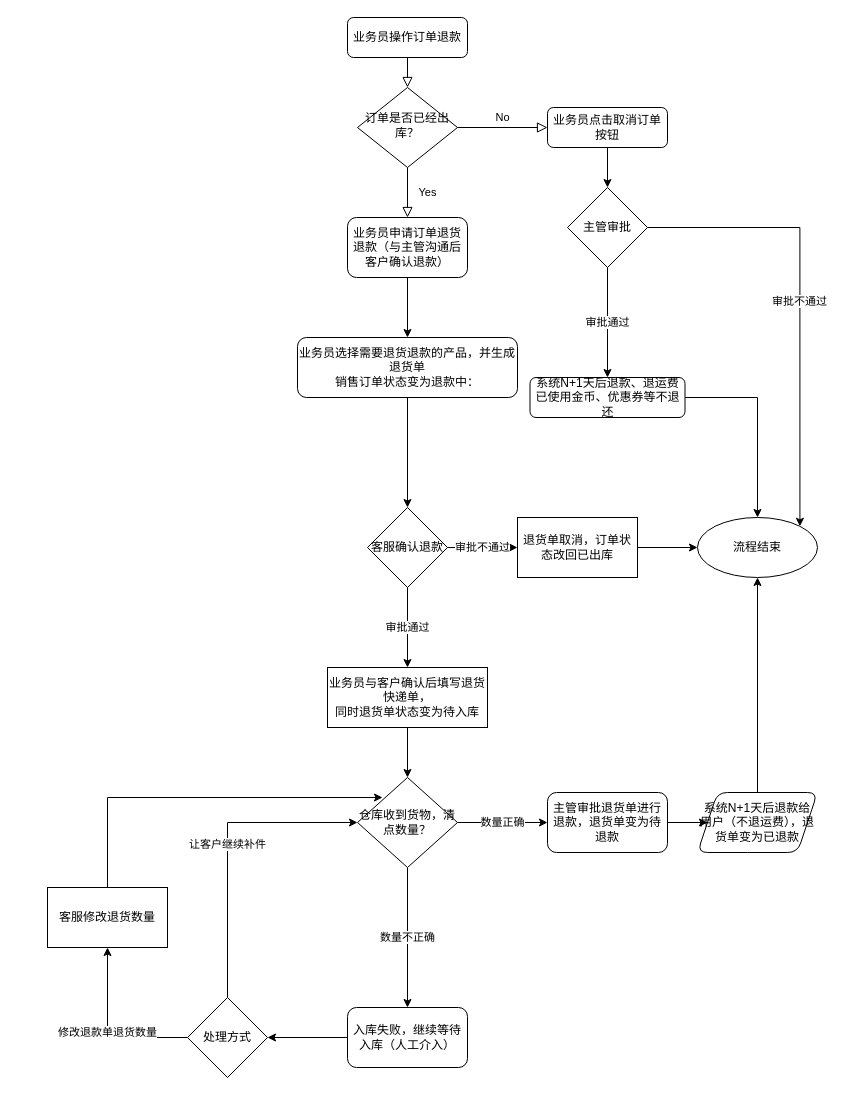
This is 圣千订单退货退款流程.drawio from canonnk/draw.io.repository, a draw.io file, before an edit. Source tidied: cells renumbered, new cells numbered last; positions are measured from the earlier drawing's top-left corner, leaving out a move shared by most shapes. Both pictures are drawn from the tidied source at 100%, with x=0, y=0 at pixel (47, 17).
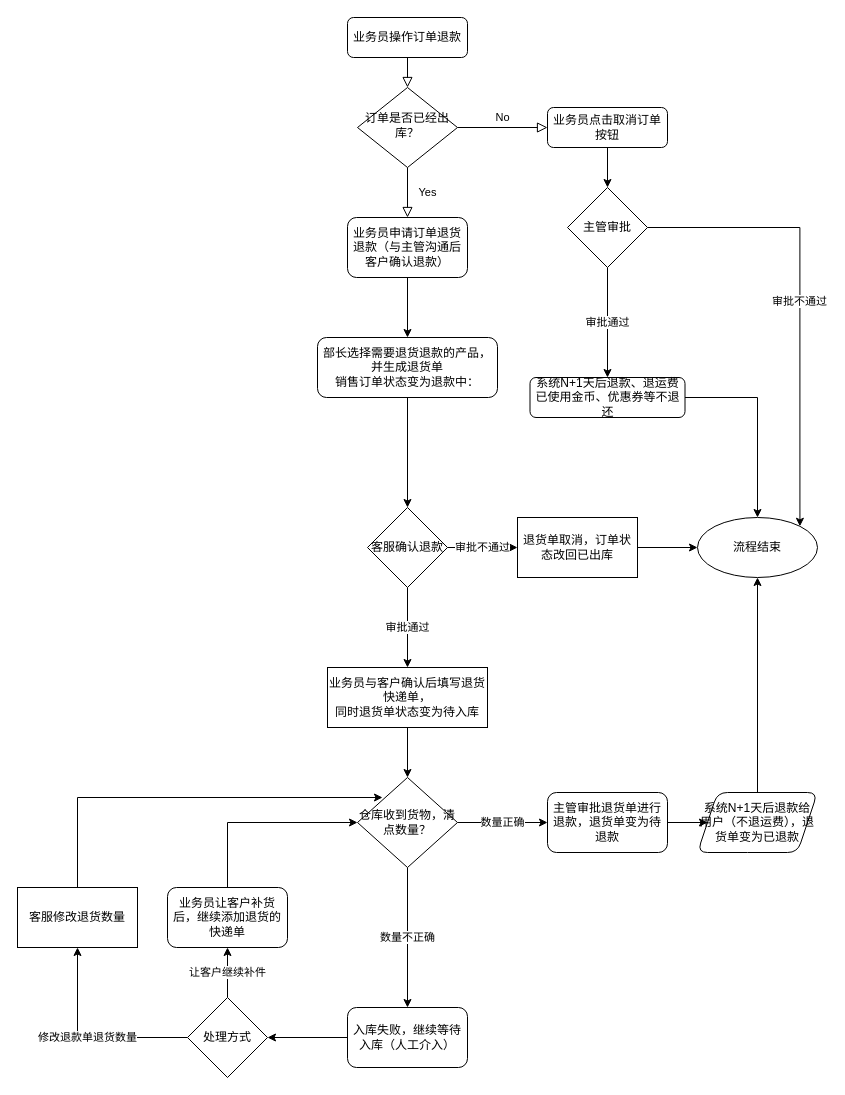
The same diagram, later.

Commit message:
更新圣千订单退货退款流程.drawio

Unchanged cells that the change refers to:
```xml
<mxCell id="29" value="仓库收到货物，清点数量？" style="rhombus;whiteSpace=wrap;html=1;" parent="1" vertex="1">
  <mxGeometry x="310" y="760" width="100" height="90" as="geometry" />
</mxCell>
<mxCell id="37" value="处理方式" style="rhombus;whiteSpace=wrap;html=1;" parent="1" vertex="1">
  <mxGeometry x="140" y="980" width="80" height="80" as="geometry" />
</mxCell>
```

What changed in the source:
```diff
@@
-    <mxCell id="14" value="业务员选择需要退货退款的产品，并生成退货单&lt;br&gt;销售订单状态变为退款中：" style="whiteSpace=wrap;html=1;rounded=1;" parent="1" vertex="1">
-      <mxGeometry x="250" y="320" width="220" height="60" as="geometry" />
+    <mxCell id="14" value="部长选择需要退货退款的产品，并生成退货单&lt;br&gt;销售订单状态变为退款中：" style="whiteSpace=wrap;html=1;rounded=1;" parent="1" vertex="1">
+      <mxGeometry x="270" y="320" width="180" height="60" as="geometry" />
     </mxCell>
@@
-    <mxCell id="36" value="让客户继续补件" style="edgeStyle=orthogonalEdgeStyle;rounded=0;jettySize=auto;html=1;entryX=0;entryY=0.5;entryDx=0;entryDy=0;exitX=0.5;exitY=0;exitDx=0;exitDy=0;" parent="1" edge="1" source="37" target="29">
-      <mxGeometry relative="1" as="geometry">
-        <Array as="points">
-          <mxPoint x="180" y="805" />
-        </Array>
-      </mxGeometry>
+    <mxCell id="36" value="让客户继续补件" style="edgeStyle=orthogonalEdgeStyle;rounded=0;jettySize=auto;html=1;entryX=0.5;entryY=1;entryDx=0;entryDy=0;" parent="1" edge="1" source="37" target="41">
+      <mxGeometry relative="1" as="geometry" />
     </mxCell>
@@
-    <mxCell id="38" style="edgeStyle=orthogonalEdgeStyle;rounded=0;jettySize=auto;html=1;" parent="1" edge="1" source="39">
+    <mxCell id="38" style="edgeStyle=orthogonalEdgeStyle;rounded=0;jettySize=auto;html=1;exitX=0.5;exitY=0;exitDx=0;exitDy=0;" parent="1" edge="1" source="39">
       <mxGeometry relative="1" as="geometry">
         <mxPoint x="335" y="780" as="targetPoint" />
         <Array as="points">
-          <mxPoint x="60" y="780" />
+          <mxPoint x="30" y="780" />
         </Array>
       </mxGeometry>
     </mxCell>
     <mxCell id="39" value="客服修改退货数量" style="whiteSpace=wrap;html=1;" parent="1" vertex="1">
-      <mxGeometry y="870" width="120" height="60" as="geometry" />
+      <mxGeometry x="-30" y="870" width="120" height="60" as="geometry" />
     </mxCell>
+    <mxCell id="40" style="edgeStyle=orthogonalEdgeStyle;rounded=0;jettySize=auto;html=1;entryX=0;entryY=0.5;entryDx=0;entryDy=0;" parent="1" edge="1" source="41" target="29">
+      <mxGeometry relative="1" as="geometry">
+        <Array as="points">
+          <mxPoint x="180" y="805" />
+        </Array>
+      </mxGeometry>
+    </mxCell>
+    <mxCell id="41" value="业务员让客户补货后，继续添加退货的快递单" style="rounded=1;whiteSpace=wrap;html=1;" parent="1" vertex="1">
+      <mxGeometry x="120" y="870" width="120" height="60" as="geometry" />
+    </mxCell>
```
